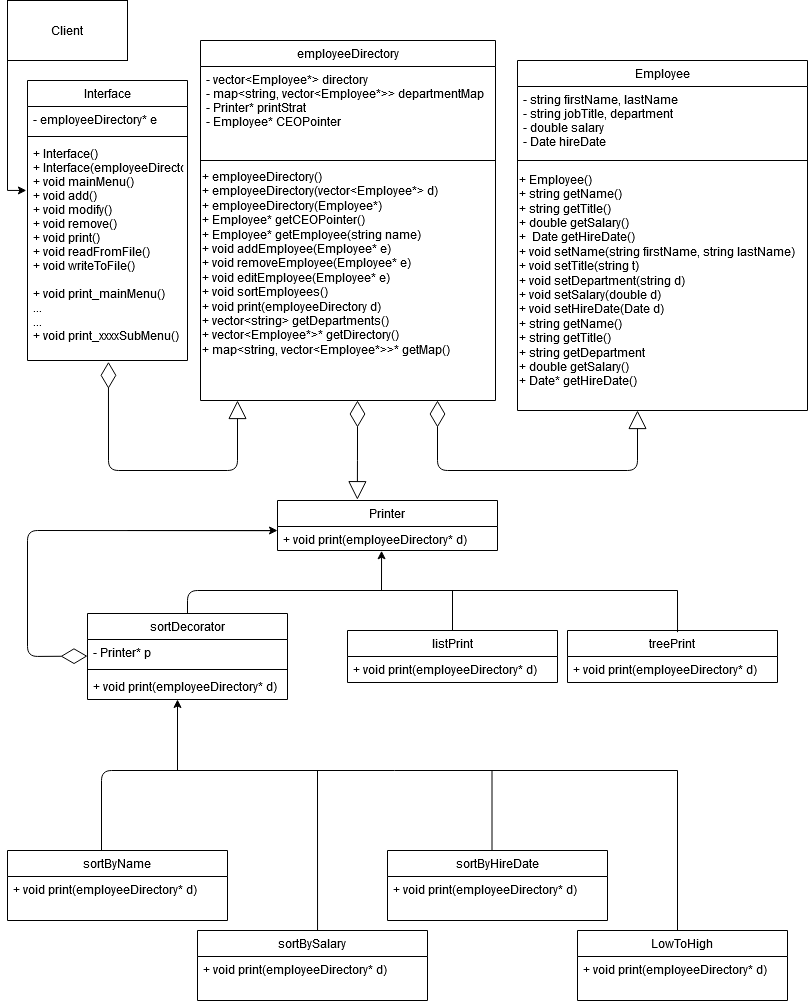
davids598/EmployeeDirectoryProgram keeps this draw.io diagram as images/final_diagram.png. Above is the earlier version. Source tidied: cells renumbered, new cells last; positions are measured from the earlier drawing's top-left corner, leaving out a move shared by most shapes.
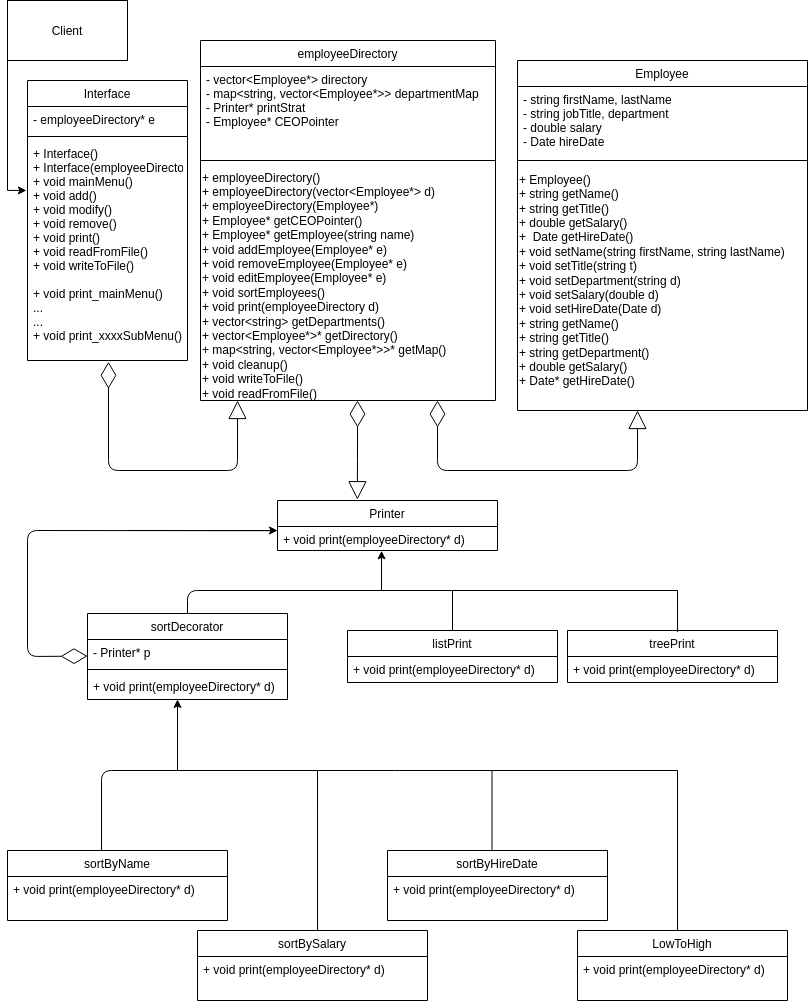
After the change.

Commit message:
Fixed output and read in data process and updated class diagram

What changed in the source:
```diff
@@ -11,7 +11,7 @@
     <mxCell id="4" style="line;html=1;strokeWidth=1;align=left;verticalAlign=middle;spacingTop=-1;spacingLeft=3;spacingRight=3;labelPosition=right;" parent="2" vertex="1">
       <mxGeometry y="90" width="290" height="20" as="geometry" />
     </mxCell>
-    <mxCell id="5" value="&lt;div&gt;+ Employee()&lt;/div&gt;&lt;div&gt;+ string getName()&lt;/div&gt;&lt;div align=&quot;left&quot;&gt;+ string getTitle()&lt;/div&gt;&lt;div align=&quot;left&quot;&gt;+ double getSalary()&lt;/div&gt;&lt;div align=&quot;left&quot;&gt;+&amp;nbsp; Date getHireDate()&lt;br&gt;&lt;/div&gt;&lt;div align=&quot;left&quot;&gt;+ void setName(string firstName, string lastName)&lt;br&gt;&lt;/div&gt;&lt;div align=&quot;left&quot;&gt;+ void setTitle(string t)&lt;/div&gt;&lt;div align=&quot;left&quot;&gt;+ void setDepartment(string d)&lt;br&gt;&lt;/div&gt;&lt;div align=&quot;left&quot;&gt;+ void setSalary(double d)&lt;/div&gt;&lt;div align=&quot;left&quot;&gt;+ void setHireDate(Date d) &lt;br&gt;&lt;/div&gt;&lt;div align=&quot;left&quot;&gt;+ string getName()&lt;/div&gt;&lt;div align=&quot;left&quot;&gt;+ string getTitle()&lt;/div&gt;&lt;div align=&quot;left&quot;&gt;+ string getDepartment&lt;/div&gt;&lt;div align=&quot;left&quot;&gt;+ double getSalary()&lt;/div&gt;&lt;div align=&quot;left&quot;&gt;+ Date* getHireDate()&lt;br&gt;&lt;/div&gt;" style="text;html=1;align=left;verticalAlign=middle;" parent="2" vertex="1">
+    <mxCell id="5" value="&lt;div&gt;+ Employee()&lt;/div&gt;&lt;div&gt;+ string getName()&lt;/div&gt;&lt;div align=&quot;left&quot;&gt;+ string getTitle()&lt;/div&gt;&lt;div align=&quot;left&quot;&gt;+ double getSalary()&lt;/div&gt;&lt;div align=&quot;left&quot;&gt;+&amp;nbsp; Date getHireDate()&lt;br&gt;&lt;/div&gt;&lt;div align=&quot;left&quot;&gt;+ void setName(string firstName, string lastName)&lt;br&gt;&lt;/div&gt;&lt;div align=&quot;left&quot;&gt;+ void setTitle(string t)&lt;/div&gt;&lt;div align=&quot;left&quot;&gt;+ void setDepartment(string d)&lt;br&gt;&lt;/div&gt;&lt;div align=&quot;left&quot;&gt;+ void setSalary(double d)&lt;/div&gt;&lt;div align=&quot;left&quot;&gt;+ void setHireDate(Date d) &lt;br&gt;&lt;/div&gt;&lt;div align=&quot;left&quot;&gt;+ string getName()&lt;/div&gt;&lt;div align=&quot;left&quot;&gt;+ string getTitle()&lt;/div&gt;&lt;div align=&quot;left&quot;&gt;+ string getDepartment()&lt;/div&gt;&lt;div align=&quot;left&quot;&gt;+ double getSalary()&lt;/div&gt;&lt;div align=&quot;left&quot;&gt;+ Date* getHireDate()&lt;br&gt;&lt;/div&gt;" style="text;html=1;align=left;verticalAlign=middle;" parent="2" vertex="1">
       <mxGeometry y="110" width="290" height="220" as="geometry" />
     </mxCell>
     <mxCell id="6" value="LowToHigh" style="swimlane;fontStyle=0;align=center;verticalAlign=top;horizontal=1;startSize=26;rounded=0;shadow=0;strokeWidth=1;" parent="1" vertex="1">
@@ -29,8 +29,8 @@
     <mxCell id="10" style="line;html=1;strokeWidth=1;align=left;verticalAlign=middle;spacingTop=-1;spacingLeft=3;spacingRight=3;labelPosition=right;" parent="8" vertex="1">
       <mxGeometry y="110" width="295" height="20" as="geometry" />
     </mxCell>
-    <mxCell id="11" value="&lt;div&gt;+ employeeDirectory()&lt;/div&gt;&lt;div&gt;+ employeeDirectory(vector&amp;lt;Employee*&amp;gt; d)&lt;/div&gt;&lt;div&gt;+ employeeDirectory(Employee*)&lt;/div&gt;&lt;div&gt;+ Employee* getCEOPointer()&lt;br&gt;&lt;/div&gt;&lt;div&gt;+ Employee* getEmployee(string name)&lt;br&gt;&lt;/div&gt;&lt;div&gt;+ void addEmployee(Employee* e)&lt;/div&gt;&lt;div&gt;+ void removeEmployee(Employee* e)&lt;/div&gt;&lt;div&gt;+ void editEmployee(Employee* e)&lt;/div&gt;&lt;div&gt;+ void sortEmployees()&lt;/div&gt;&lt;div&gt;+ void print(employeeDirectory d)&lt;/div&gt;&lt;div&gt;+ vector&amp;lt;string&amp;gt; getDepartments()&lt;/div&gt;&lt;div&gt;+ vector&amp;lt;Employee*&amp;gt;* getDirectory()&lt;/div&gt;&lt;div&gt;+ map&amp;lt;string, vector&amp;lt;Employee*&amp;gt;&amp;gt;* getMap()&lt;/div&gt;&lt;div&gt;&lt;br&gt;&lt;/div&gt;" style="text;html=1;align=left;verticalAlign=middle;" parent="8" vertex="1">
-      <mxGeometry y="130" width="295" height="200" as="geometry" />
+    <mxCell id="11" value="&lt;div&gt;+ employeeDirectory()&lt;/div&gt;&lt;div&gt;+ employeeDirectory(vector&amp;lt;Employee*&amp;gt; d)&lt;/div&gt;&lt;div&gt;+ employeeDirectory(Employee*)&lt;/div&gt;&lt;div&gt;+ Employee* getCEOPointer()&lt;br&gt;&lt;/div&gt;&lt;div&gt;+ Employee* getEmployee(string name)&lt;br&gt;&lt;/div&gt;&lt;div&gt;+ void addEmployee(Employee* e)&lt;/div&gt;&lt;div&gt;+ void removeEmployee(Employee* e)&lt;/div&gt;&lt;div&gt;+ void editEmployee(Employee* e)&lt;/div&gt;&lt;div&gt;+ void sortEmployees()&lt;/div&gt;&lt;div&gt;+ void print(employeeDirectory d)&lt;/div&gt;&lt;div&gt;+ vector&amp;lt;string&amp;gt; getDepartments()&lt;/div&gt;&lt;div&gt;+ vector&amp;lt;Employee*&amp;gt;* getDirectory()&lt;/div&gt;&lt;div&gt;+ map&amp;lt;string, vector&amp;lt;Employee*&amp;gt;&amp;gt;* getMap()&lt;/div&gt;&lt;div&gt;+ void cleanup()&lt;/div&gt;&lt;div&gt;+ void writeToFile()&lt;/div&gt;&lt;div&gt;+ void readFromFile()&lt;br&gt;&lt;/div&gt;" style="text;html=1;align=left;verticalAlign=middle;" parent="8" vertex="1">
+      <mxGeometry y="130" width="295" height="230" as="geometry" />
     </mxCell>
     <mxCell id="12" value="sortBySalary" style="swimlane;fontStyle=0;align=center;verticalAlign=top;horizontal=1;startSize=26;rounded=0;shadow=0;strokeWidth=1;" parent="1" vertex="1">
       <mxGeometry x="190" y="930" width="230" height="70" as="geometry" />
```
